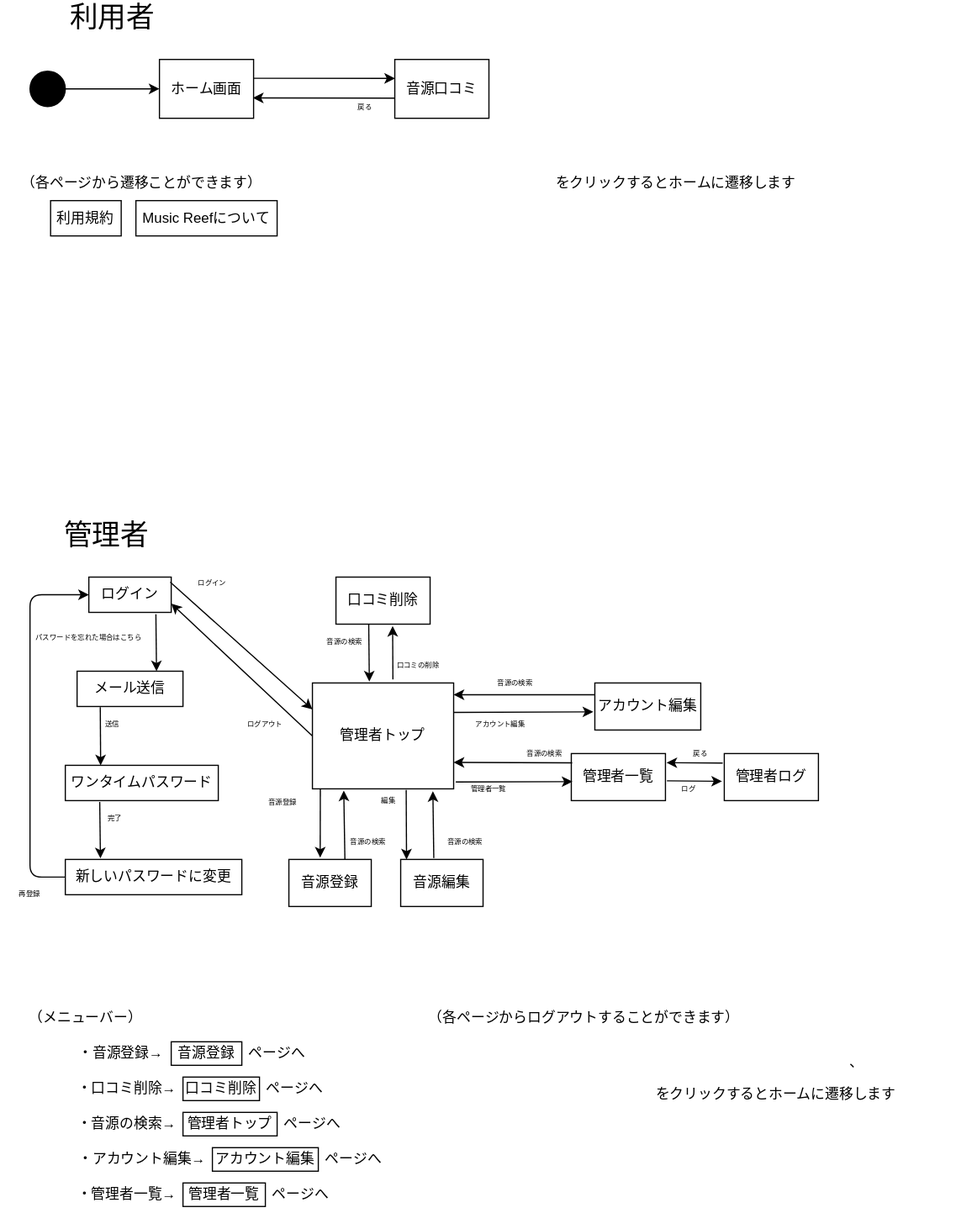
Earlier version of the draw.io export ab.drawio.svg (IshiYoshi765/uml-introduction). Source tidied: cells renumbered, new cells last; positions are measured from the earlier drawing's top-left corner, leaving out a move shared by most shapes.
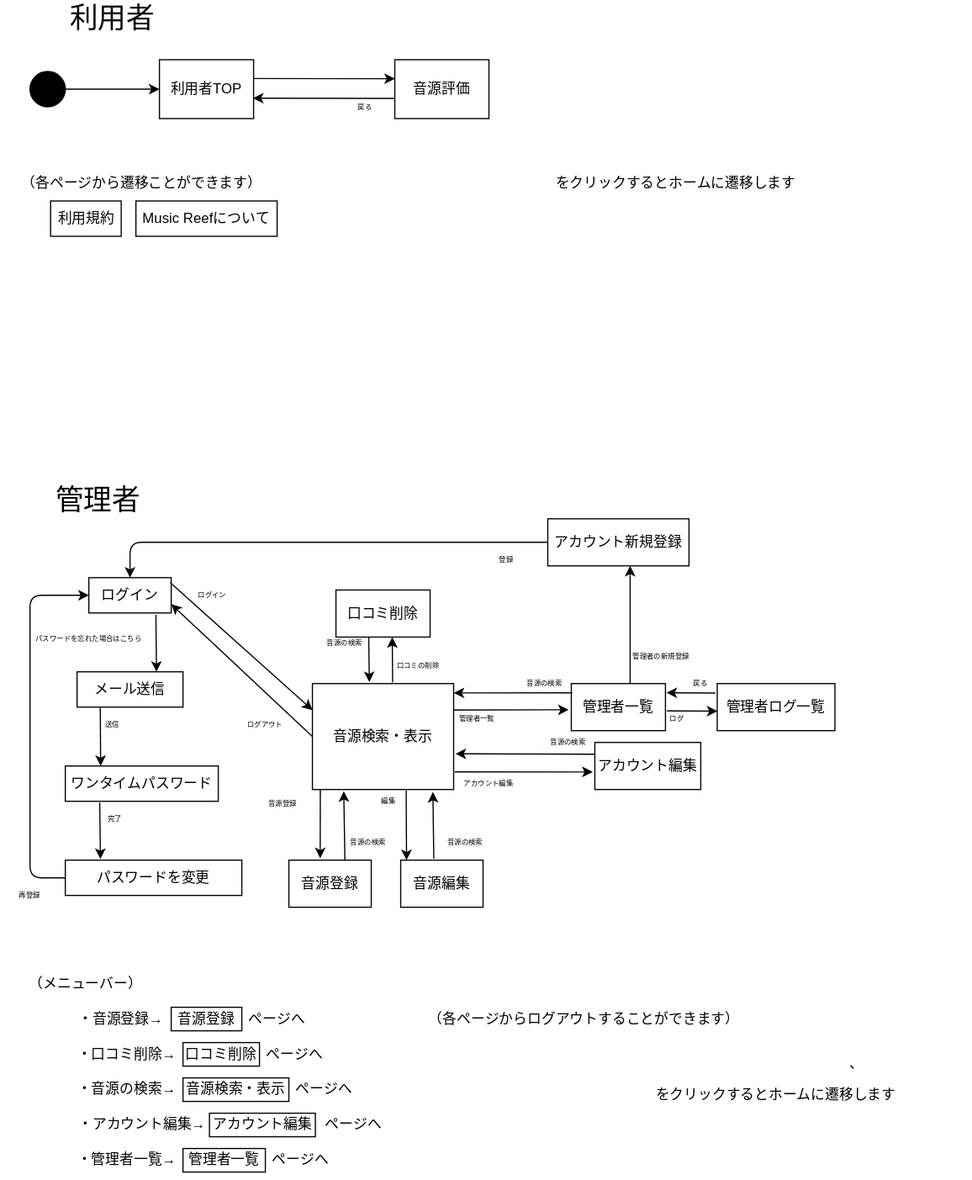
After the commit.

Change to the diagram source:
```diff
@@ -2,10 +2,10 @@
   <root>
     <mxCell id="0" />
     <mxCell id="1" parent="0" />
-    <mxCell id="2" value="ホーム画面" style="rounded=0;whiteSpace=wrap;html=1;" parent="1" vertex="1">
+    <mxCell id="2" value="利用者TOP" style="rounded=0;whiteSpace=wrap;html=1;" parent="1" vertex="1">
       <mxGeometry x="135" y="50" width="80" height="50" as="geometry" />
     </mxCell>
-    <mxCell id="3" value="音源口コミ" style="rounded=0;whiteSpace=wrap;html=1;" parent="1" vertex="1">
+    <mxCell id="3" value="音源評価" style="rounded=0;whiteSpace=wrap;html=1;" parent="1" vertex="1">
       <mxGeometry x="335" y="50" width="80" height="50" as="geometry" />
     </mxCell>
     <mxCell id="4" style="endArrow=classic;html=1;entryX=0;entryY=0.5;entryDx=0;entryDy=0;exitX=1;exitY=0.5;exitDx=0;exitDy=0;" parent="1" edge="1" source="5" target="2">
@@ -29,23 +29,23 @@
     <mxCell id="10" value="ログイン" style="rounded=0;whiteSpace=wrap;html=1;" parent="1" vertex="1">
       <mxGeometry x="75" y="490" width="70" height="30" as="geometry" />
     </mxCell>
-    <mxCell id="11" value="管理者トップ" style="rounded=0;whiteSpace=wrap;html=1;" parent="1" vertex="1">
+    <mxCell id="11" value="音源検索・表示" style="rounded=0;whiteSpace=wrap;html=1;" parent="1" vertex="1">
       <mxGeometry x="265" y="580" width="120" height="90" as="geometry" />
     </mxCell>
     <mxCell id="12" value="音源登録" style="rounded=0;whiteSpace=wrap;html=1;" parent="1" vertex="1">
       <mxGeometry x="245" y="730" width="70" height="40" as="geometry" />
     </mxCell>
     <mxCell id="13" value="口コミ削除" style="rounded=0;whiteSpace=wrap;html=1;" parent="1" vertex="1">
-      <mxGeometry x="285" y="490" width="80" height="40" as="geometry" />
+      <mxGeometry x="285" y="500.5" width="80" height="40" as="geometry" />
     </mxCell>
     <mxCell id="14" value="アカウント編集" style="rounded=0;whiteSpace=wrap;html=1;" parent="1" vertex="1">
-      <mxGeometry x="505" y="580" width="90" height="40" as="geometry" />
+      <mxGeometry x="505" y="630" width="90" height="40" as="geometry" />
     </mxCell>
     <mxCell id="15" value="管理者一覧" style="rounded=0;whiteSpace=wrap;html=1;" parent="1" vertex="1">
-      <mxGeometry x="485" y="640" width="80" height="40" as="geometry" />
+      <mxGeometry x="485" y="580" width="80" height="40" as="geometry" />
     </mxCell>
-    <mxCell id="16" value="管理者ログ" style="rounded=0;whiteSpace=wrap;html=1;" parent="1" vertex="1">
-      <mxGeometry x="615" y="640" width="80" height="40" as="geometry" />
+    <mxCell id="16" value="管理者ログ一覧" style="rounded=0;whiteSpace=wrap;html=1;" parent="1" vertex="1">
+      <mxGeometry x="609" y="580" width="100" height="40" as="geometry" />
     </mxCell>
     <mxCell id="17" value="音源編集" style="rounded=0;whiteSpace=wrap;html=1;" parent="1" vertex="1">
       <mxGeometry x="340" y="730" width="70" height="40" as="geometry" />
@@ -56,7 +56,7 @@
     <mxCell id="19" value="ワンタイムパスワード" style="rounded=0;whiteSpace=wrap;html=1;" parent="1" vertex="1">
       <mxGeometry x="55" y="650" width="130" height="30" as="geometry" />
     </mxCell>
-    <mxCell id="20" value="新しいパスワードに変更" style="rounded=0;whiteSpace=wrap;html=1;" parent="1" vertex="1">
+    <mxCell id="20" value="パスワードを変更" style="rounded=0;whiteSpace=wrap;html=1;" parent="1" vertex="1">
       <mxGeometry x="55" y="730" width="150" height="30" as="geometry" />
     </mxCell>
     <mxCell id="21" style="endArrow=classic;html=1;exitX=0.814;exitY=1.053;exitDx=0;exitDy=0;exitPerimeter=0;entryX=0.75;entryY=0;entryDx=0;entryDy=0;" parent="1" edge="1" source="10" target="18">
@@ -77,13 +77,13 @@
       </mxGeometry>
     </mxCell>
     <mxCell id="25" value="&lt;font style=&quot;font-size: 24px;&quot;&gt;管理者&lt;/font&gt;" style="text;html=1;strokeColor=none;fillColor=none;align=center;verticalAlign=middle;whiteSpace=wrap;rounded=0;" parent="1" vertex="1">
-      <mxGeometry x="50" y="440" width="80" height="30" as="geometry" />
+      <mxGeometry x="42.5" y="410" width="80" height="30" as="geometry" />
     </mxCell>
     <mxCell id="26" value="&lt;font style=&quot;font-size: 6px;&quot;&gt;パスワードを忘れた場合はこちら&lt;/font&gt;" style="text;html=1;strokeColor=none;fillColor=none;align=center;verticalAlign=middle;whiteSpace=wrap;rounded=0;" parent="1" vertex="1">
       <mxGeometry x="25" y="530" width="100" height="20" as="geometry" />
     </mxCell>
     <mxCell id="27" value="ログイン" style="text;html=1;strokeColor=none;fillColor=none;align=center;verticalAlign=middle;whiteSpace=wrap;rounded=0;fontSize=6;" parent="1" vertex="1">
-      <mxGeometry x="155" y="490" width="50" height="9" as="geometry" />
+      <mxGeometry x="155" y="500.5" width="50" height="9" as="geometry" />
     </mxCell>
     <mxCell id="28" value="送信" style="text;html=1;strokeColor=none;fillColor=none;align=center;verticalAlign=middle;whiteSpace=wrap;rounded=0;fontSize=6;" parent="1" vertex="1">
       <mxGeometry x="85" y="610" width="20" height="10" as="geometry" />
@@ -115,39 +115,29 @@
     <mxCell id="37" style="endArrow=classic;html=1;fontSize=6;entryX=0.853;entryY=1.023;entryDx=0;entryDy=0;entryPerimeter=0;exitX=0.402;exitY=-0.029;exitDx=0;exitDy=0;exitPerimeter=0;" parent="1" edge="1" source="17" target="11">
       <mxGeometry relative="1" as="geometry" />
     </mxCell>
-    <mxCell id="38" style="endArrow=classic;html=1;fontSize=6;entryX=0.602;entryY=1.04;entryDx=0;entryDy=0;entryPerimeter=0;exitX=0.57;exitY=-0.034;exitDx=0;exitDy=0;exitPerimeter=0;" parent="1" edge="1" source="11" target="13">
+    <mxCell id="38" style="endArrow=classic;html=1;fontSize=6;entryX=0.598;entryY=1.002;entryDx=0;entryDy=0;entryPerimeter=0;exitX=0.568;exitY=-0.012;exitDx=0;exitDy=0;exitPerimeter=0;" parent="1" edge="1" source="11" target="13">
       <mxGeometry relative="1" as="geometry" />
     </mxCell>
     <mxCell id="39" style="endArrow=classic;html=1;fontSize=6;entryX=0.403;entryY=-0.014;entryDx=0;entryDy=0;entryPerimeter=0;exitX=0.348;exitY=0.993;exitDx=0;exitDy=0;exitPerimeter=0;" parent="1" edge="1" source="13" target="11">
       <mxGeometry relative="1" as="geometry" />
     </mxCell>
-    <mxCell id="40" style="endArrow=classic;html=1;fontSize=6;entryX=-0.015;entryY=0.614;entryDx=0;entryDy=0;entryPerimeter=0;" parent="1" edge="1" target="14">
-      <mxGeometry relative="1" as="geometry">
-        <mxPoint x="385" y="605" as="sourcePoint" />
-      </mxGeometry>
-    </mxCell>
-    <mxCell id="41" style="endArrow=classic;html=1;fontSize=6;exitX=0;exitY=0.25;exitDx=0;exitDy=0;" parent="1" edge="1" source="14">
-      <mxGeometry relative="1" as="geometry">
-        <mxPoint x="385" y="590" as="targetPoint" />
-      </mxGeometry>
-    </mxCell>
-    <mxCell id="42" style="endArrow=classic;html=1;fontSize=6;entryX=1;entryY=0.75;entryDx=0;entryDy=0;exitX=0.009;exitY=0.197;exitDx=0;exitDy=0;exitPerimeter=0;" parent="1" edge="1" source="15" target="11">
+    <mxCell id="42" style="endArrow=classic;html=1;fontSize=6;entryX=1;entryY=0.088;entryDx=0;entryDy=0;exitX=0.009;exitY=0.197;exitDx=0;exitDy=0;exitPerimeter=0;entryPerimeter=0;" parent="1" edge="1" source="15" target="11">
       <mxGeometry relative="1" as="geometry" />
     </mxCell>
-    <mxCell id="43" style="endArrow=classic;html=1;fontSize=6;exitX=1.015;exitY=0.935;exitDx=0;exitDy=0;exitPerimeter=0;entryX=0.012;entryY=0.596;entryDx=0;entryDy=0;entryPerimeter=0;" parent="1" edge="1" source="11" target="15">
+    <mxCell id="43" style="endArrow=classic;html=1;fontSize=6;exitX=1;exitY=0.25;exitDx=0;exitDy=0;entryX=-0.027;entryY=0.556;entryDx=0;entryDy=0;entryPerimeter=0;" parent="1" edge="1" source="11" target="15">
       <mxGeometry relative="1" as="geometry" />
     </mxCell>
     <mxCell id="44" style="endArrow=classic;html=1;fontSize=6;exitX=-0.017;exitY=0.202;exitDx=0;exitDy=0;entryX=1.011;entryY=0.194;entryDx=0;entryDy=0;entryPerimeter=0;exitPerimeter=0;" parent="1" edge="1" source="16" target="15">
       <mxGeometry relative="1" as="geometry" />
     </mxCell>
-    <mxCell id="45" style="endArrow=classic;html=1;fontSize=6;entryX=-0.024;entryY=0.59;entryDx=0;entryDy=0;exitX=1.016;exitY=0.58;exitDx=0;exitDy=0;exitPerimeter=0;entryPerimeter=0;" parent="1" edge="1" source="15" target="16">
+    <mxCell id="45" style="endArrow=classic;html=1;fontSize=6;entryX=0.002;entryY=0.586;entryDx=0;entryDy=0;exitX=1.016;exitY=0.58;exitDx=0;exitDy=0;exitPerimeter=0;entryPerimeter=0;" parent="1" edge="1" source="15" target="16">
       <mxGeometry relative="1" as="geometry" />
     </mxCell>
     <mxCell id="46" value="口コミの削除" style="text;html=1;strokeColor=none;fillColor=none;align=center;verticalAlign=middle;whiteSpace=wrap;rounded=0;fontSize=6;" parent="1" vertex="1">
       <mxGeometry x="335" y="560" width="40" height="10" as="geometry" />
     </mxCell>
     <mxCell id="47" value="音源の検索" style="text;html=1;strokeColor=none;fillColor=none;align=center;verticalAlign=middle;whiteSpace=wrap;rounded=0;fontSize=6;" parent="1" vertex="1">
-      <mxGeometry x="275" y="540" width="35" height="10" as="geometry" />
+      <mxGeometry x="275" y="540.5" width="35" height="10" as="geometry" />
     </mxCell>
     <mxCell id="48" value="&lt;font style=&quot;font-size: 6px;&quot;&gt;音源登録&lt;/font&gt;" style="text;html=1;strokeColor=none;fillColor=none;align=center;verticalAlign=middle;whiteSpace=wrap;rounded=0;" parent="1" vertex="1">
       <mxGeometry x="215" y="665" width="50" height="30" as="geometry" />
@@ -162,22 +152,22 @@
       <mxGeometry x="310" y="670" width="40" height="20" as="geometry" />
     </mxCell>
     <mxCell id="52" value="アカウント編集" style="text;html=1;strokeColor=none;fillColor=none;align=center;verticalAlign=middle;whiteSpace=wrap;rounded=0;fontSize=6;" parent="1" vertex="1">
-      <mxGeometry x="385" y="600" width="80" height="30" as="geometry" />
+      <mxGeometry x="375" y="650" width="80" height="30" as="geometry" />
     </mxCell>
     <mxCell id="53" value="音源の検索" style="text;html=1;strokeColor=none;fillColor=none;align=center;verticalAlign=middle;whiteSpace=wrap;rounded=0;fontSize=6;" parent="1" vertex="1">
-      <mxGeometry x="410" y="570" width="55" height="20" as="geometry" />
+      <mxGeometry x="435" y="570" width="55" height="20" as="geometry" />
     </mxCell>
     <mxCell id="54" value="音源の検索" style="text;html=1;strokeColor=none;fillColor=none;align=center;verticalAlign=middle;whiteSpace=wrap;rounded=0;fontSize=6;" parent="1" vertex="1">
-      <mxGeometry x="435" y="630" width="55" height="20" as="geometry" />
+      <mxGeometry x="455" y="620" width="55" height="20" as="geometry" />
     </mxCell>
     <mxCell id="55" value="管理者一覧" style="text;html=1;strokeColor=none;fillColor=none;align=center;verticalAlign=middle;whiteSpace=wrap;rounded=0;fontSize=6;" parent="1" vertex="1">
-      <mxGeometry x="385" y="660" width="60" height="20" as="geometry" />
+      <mxGeometry x="375" y="600" width="60" height="20" as="geometry" />
     </mxCell>
     <mxCell id="56" value="ログ" style="text;html=1;strokeColor=none;fillColor=none;align=center;verticalAlign=middle;whiteSpace=wrap;rounded=0;fontSize=6;" parent="1" vertex="1">
-      <mxGeometry x="565" y="660" width="40" height="20" as="geometry" />
+      <mxGeometry x="555" y="600" width="40" height="20" as="geometry" />
     </mxCell>
     <mxCell id="57" value="戻る" style="text;html=1;strokeColor=none;fillColor=none;align=center;verticalAlign=middle;whiteSpace=wrap;rounded=0;fontSize=6;" parent="1" vertex="1">
-      <mxGeometry x="575" y="630" width="40" height="20" as="geometry" />
+      <mxGeometry x="575" y="570" width="40" height="20" as="geometry" />
     </mxCell>
     <mxCell id="58" style="endArrow=classic;html=1;fontSize=24;entryX=0.002;entryY=0.323;entryDx=0;entryDy=0;entryPerimeter=0;" parent="1" edge="1" target="3">
       <mxGeometry relative="1" as="geometry">
@@ -191,52 +181,52 @@
       <mxGeometry x="280" y="70" width="60" height="30" as="geometry" />
     </mxCell>
     <mxCell id="61" value="&lt;font style=&quot;font-size: 12px;&quot;&gt;（メニューバー）&lt;br&gt;&lt;/font&gt;" style="text;html=1;strokeColor=none;fillColor=none;align=center;verticalAlign=middle;whiteSpace=wrap;rounded=0;fontSize=6;" parent="1" vertex="1">
-      <mxGeometry y="840" width="145" height="50" as="geometry" />
+      <mxGeometry y="810" width="145" height="50" as="geometry" />
     </mxCell>
     <mxCell id="62" value="・音源登録→" style="text;html=1;strokeColor=none;fillColor=none;align=center;verticalAlign=middle;whiteSpace=wrap;rounded=0;fontSize=12;" parent="1" vertex="1">
-      <mxGeometry x="45" y="880" width="115" height="30" as="geometry" />
+      <mxGeometry x="45" y="850" width="115" height="30" as="geometry" />
     </mxCell>
     <mxCell id="63" value="・口コミ削除→" style="text;html=1;strokeColor=none;fillColor=none;align=center;verticalAlign=middle;whiteSpace=wrap;rounded=0;fontSize=12;" parent="1" vertex="1">
-      <mxGeometry x="50" y="910" width="115" height="30" as="geometry" />
+      <mxGeometry x="50" y="880" width="115" height="30" as="geometry" />
     </mxCell>
     <mxCell id="64" value="・アカウント編集→" style="text;html=1;strokeColor=none;fillColor=none;align=center;verticalAlign=middle;whiteSpace=wrap;rounded=0;fontSize=12;" parent="1" vertex="1">
-      <mxGeometry x="62.5" y="970" width="115" height="30" as="geometry" />
+      <mxGeometry x="62.5" y="940" width="115" height="30" as="geometry" />
     </mxCell>
     <mxCell id="65" value="・音源の検索→" style="text;html=1;strokeColor=none;fillColor=none;align=center;verticalAlign=middle;whiteSpace=wrap;rounded=0;fontSize=12;" parent="1" vertex="1">
-      <mxGeometry x="50" y="940" width="115" height="30" as="geometry" />
+      <mxGeometry x="50" y="910" width="115" height="30" as="geometry" />
     </mxCell>
     <mxCell id="66" value="・管理者一覧→" style="text;html=1;strokeColor=none;fillColor=none;align=center;verticalAlign=middle;whiteSpace=wrap;rounded=0;fontSize=12;" parent="1" vertex="1">
-      <mxGeometry x="50" y="1000" width="115" height="30" as="geometry" />
+      <mxGeometry x="50" y="970" width="115" height="30" as="geometry" />
     </mxCell>
     <mxCell id="67" value="音源登録" style="rounded=0;whiteSpace=wrap;html=1;" parent="1" vertex="1">
-      <mxGeometry x="145" y="885" width="60" height="20" as="geometry" />
+      <mxGeometry x="145" y="855" width="60" height="20" as="geometry" />
     </mxCell>
     <mxCell id="68" value="口コミ削除" style="rounded=0;whiteSpace=wrap;html=1;" parent="1" vertex="1">
-      <mxGeometry x="155" y="915" width="65" height="20" as="geometry" />
+      <mxGeometry x="155" y="885" width="65" height="20" as="geometry" />
     </mxCell>
-    <mxCell id="69" value="管理者トップ" style="rounded=0;whiteSpace=wrap;html=1;" parent="1" vertex="1">
-      <mxGeometry x="155" y="945" width="80" height="20" as="geometry" />
+    <mxCell id="69" value="音源検索・表示" style="rounded=0;whiteSpace=wrap;html=1;" parent="1" vertex="1">
+      <mxGeometry x="155" y="915" width="90" height="20" as="geometry" />
     </mxCell>
     <mxCell id="70" value="アカウント編集" style="rounded=0;whiteSpace=wrap;html=1;" parent="1" vertex="1">
-      <mxGeometry x="180" y="975" width="90" height="20" as="geometry" />
+      <mxGeometry x="177.5" y="945" width="90" height="20" as="geometry" />
     </mxCell>
     <mxCell id="71" value="管理者一覧" style="rounded=0;whiteSpace=wrap;html=1;" parent="1" vertex="1">
-      <mxGeometry x="155" y="1005" width="70" height="20" as="geometry" />
+      <mxGeometry x="155" y="975" width="70" height="20" as="geometry" />
     </mxCell>
     <mxCell id="72" value="ページへ" style="text;html=1;strokeColor=none;fillColor=none;align=center;verticalAlign=middle;whiteSpace=wrap;rounded=0;fontSize=12;" parent="1" vertex="1">
-      <mxGeometry x="205" y="885" width="60" height="20" as="geometry" />
+      <mxGeometry x="205" y="855" width="60" height="20" as="geometry" />
     </mxCell>
     <mxCell id="73" value="ページへ" style="text;html=1;strokeColor=none;fillColor=none;align=center;verticalAlign=middle;whiteSpace=wrap;rounded=0;fontSize=12;" parent="1" vertex="1">
-      <mxGeometry x="220" y="915" width="60" height="20" as="geometry" />
+      <mxGeometry x="220" y="885" width="60" height="20" as="geometry" />
     </mxCell>
     <mxCell id="74" value="ページへ" style="text;html=1;strokeColor=none;fillColor=none;align=center;verticalAlign=middle;whiteSpace=wrap;rounded=0;fontSize=12;" parent="1" vertex="1">
-      <mxGeometry x="235" y="945" width="60" height="20" as="geometry" />
+      <mxGeometry x="245" y="915" width="60" height="20" as="geometry" />
     </mxCell>
     <mxCell id="75" value="ページへ" style="text;html=1;strokeColor=none;fillColor=none;align=center;verticalAlign=middle;whiteSpace=wrap;rounded=0;fontSize=12;" parent="1" vertex="1">
-      <mxGeometry x="270" y="975" width="60" height="20" as="geometry" />
+      <mxGeometry x="270" y="945" width="60" height="20" as="geometry" />
     </mxCell>
     <mxCell id="76" value="ページへ" style="text;html=1;strokeColor=none;fillColor=none;align=center;verticalAlign=middle;whiteSpace=wrap;rounded=0;fontSize=12;" parent="1" vertex="1">
-      <mxGeometry x="225" y="1005" width="60" height="20" as="geometry" />
+      <mxGeometry x="225" y="975" width="60" height="20" as="geometry" />
     </mxCell>
     <mxCell id="77" value="、" style="text;html=1;strokeColor=none;fillColor=none;align=center;verticalAlign=middle;whiteSpace=wrap;rounded=0;fontSize=12;" parent="1" vertex="1">
       <mxGeometry x="715" y="890" width="25" height="25" as="geometry" />
@@ -250,5 +240,33 @@
     <mxCell id="80" value="をクリックするとホームに遷移します" style="text;html=1;strokeColor=none;fillColor=none;align=center;verticalAlign=middle;whiteSpace=wrap;rounded=0;" parent="1" vertex="1">
       <mxGeometry x="493" y="915" width="332" height="30" as="geometry" />
     </mxCell>
+    <mxCell id="81" value="アカウント新規登録" style="rounded=0;whiteSpace=wrap;html=1;" parent="1" vertex="1">
+      <mxGeometry x="465" y="440" width="120" height="40" as="geometry" />
+    </mxCell>
+    <mxCell id="82" style="endArrow=classic;html=1;exitX=1.008;exitY=0.834;exitDx=0;exitDy=0;exitPerimeter=0;entryX=-0.02;entryY=0.627;entryDx=0;entryDy=0;entryPerimeter=0;" parent="1" edge="1" source="11" target="14">
+      <mxGeometry relative="1" as="geometry" />
+    </mxCell>
+    <mxCell id="83" style="endArrow=classic;html=1;entryX=1.013;entryY=0.663;entryDx=0;entryDy=0;exitX=0;exitY=0.25;exitDx=0;exitDy=0;entryPerimeter=0;" parent="1" edge="1" source="14" target="11">
+      <mxGeometry relative="1" as="geometry" />
+    </mxCell>
+    <mxCell id="84" value="&lt;font style=&quot;font-size: 6px;&quot;&gt;管理者の新規登録&lt;/font&gt;" style="text;html=1;strokeColor=none;fillColor=none;align=center;verticalAlign=middle;whiteSpace=wrap;rounded=0;" parent="1" vertex="1">
+      <mxGeometry x="505" y="540" width="113" height="30" as="geometry" />
+    </mxCell>
+    <mxCell id="85" style="endArrow=classic;html=1;fontSize=6;" parent="1" edge="1">
+      <mxGeometry relative="1" as="geometry">
+        <mxPoint x="535" y="580" as="sourcePoint" />
+        <mxPoint x="535" y="480" as="targetPoint" />
+      </mxGeometry>
+    </mxCell>
+    <mxCell id="86" style="endArrow=classic;html=1;fontSize=6;entryX=0.5;entryY=0;entryDx=0;entryDy=0;exitX=0;exitY=0.5;exitDx=0;exitDy=0;" parent="1" edge="1" source="81" target="10">
+      <mxGeometry relative="1" as="geometry">
+        <Array as="points">
+          <mxPoint x="110" y="460" />
+        </Array>
+      </mxGeometry>
+    </mxCell>
+    <mxCell id="87" value="登録" style="text;html=1;strokeColor=none;fillColor=none;align=center;verticalAlign=middle;whiteSpace=wrap;rounded=0;fontSize=6;" parent="1" vertex="1">
+      <mxGeometry x="400" y="460" width="60" height="30" as="geometry" />
+    </mxCell>
   </root>
 </mxGraphModel>
```
